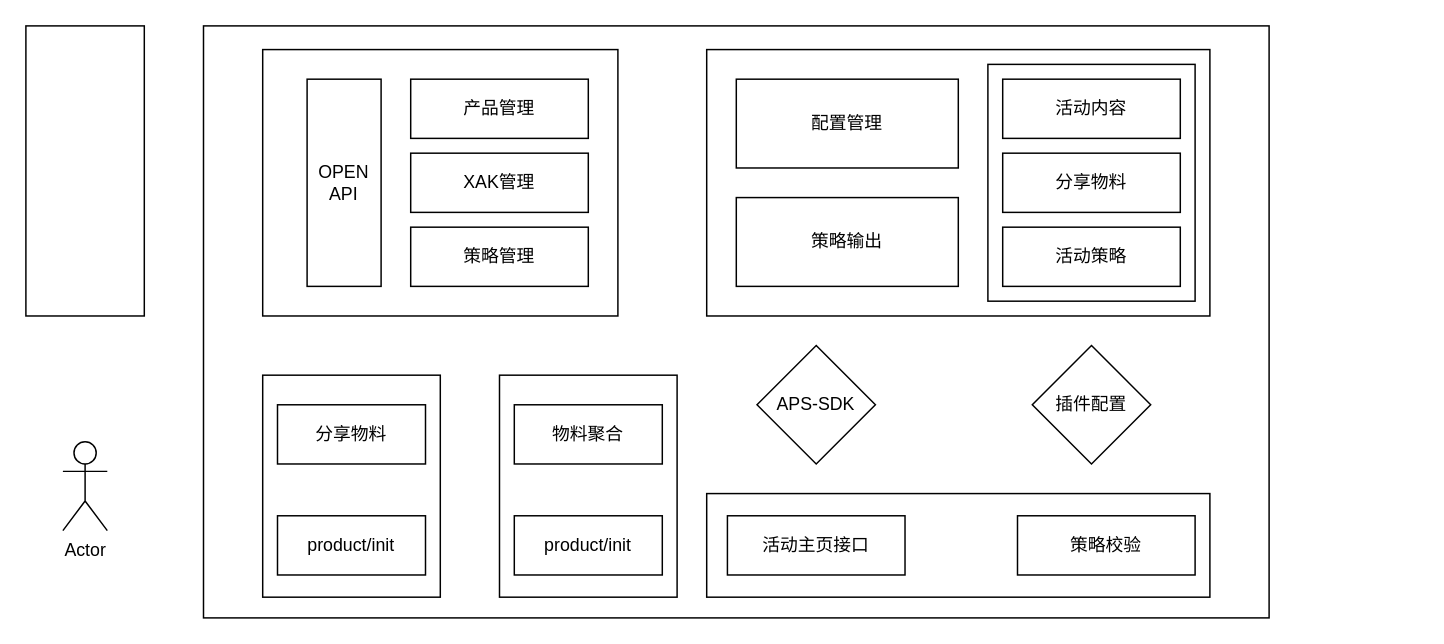
Above: page "客企" (5 of 6) of aps.drawio in songshiyun/drawio (draw.io), before the change. Source tidied: cells renumbered, new cells numbered last; positions are measured from the earlier drawing's top-left corner, leaving out a move shared by most shapes. Both pictures are drawn from the tidied source at 148%, with x=0, y=0 at pixel (25, 25).
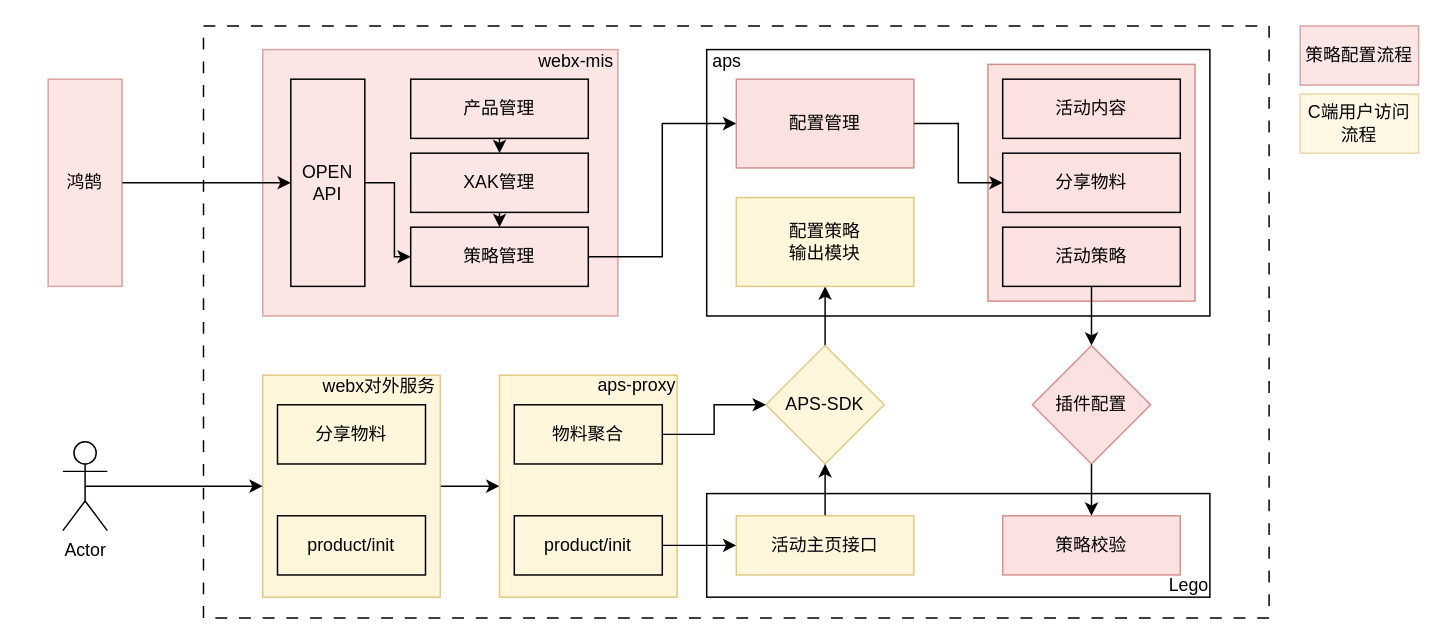
The same page after the edit.

Unchanged cells that the change refers to:
```xml
<mxCell id="12" value="Actor" style="shape=umlActor;verticalLabelPosition=bottom;verticalAlign=top;html=1;outlineConnect=0;fillColor=none;" parent="1" vertex="1">
  <mxGeometry x="25" y="281" width="30" height="60" as="geometry" />
</mxCell>
<mxCell id="13" value="产品管理" style="rounded=0;whiteSpace=wrap;html=1;fillColor=none;" parent="1" vertex="1">
  <mxGeometry x="260" y="36" width="120" height="40" as="geometry" />
</mxCell>
<mxCell id="14" value="XAK管理" style="rounded=0;whiteSpace=wrap;html=1;fillColor=none;" parent="1" vertex="1">
  <mxGeometry x="260" y="86" width="120" height="40" as="geometry" />
</mxCell>
<mxCell id="15" value="策略管理" style="rounded=0;whiteSpace=wrap;html=1;fillColor=none;" parent="1" vertex="1">
  <mxGeometry x="260" y="136" width="120" height="40" as="geometry" />
</mxCell>
<mxCell id="19" value="分享物料" style="rounded=0;whiteSpace=wrap;html=1;fillColor=none;" parent="1" vertex="1">
  <mxGeometry x="660" y="86" width="120" height="40" as="geometry" />
</mxCell>
<mxCell id="20" value="活动策略" style="rounded=0;whiteSpace=wrap;html=1;fillColor=none;" parent="1" vertex="1">
  <mxGeometry x="660" y="136" width="120" height="40" as="geometry" />
</mxCell>
<mxCell id="24" value="物料聚合" style="rounded=0;whiteSpace=wrap;html=1;fillColor=none;" parent="1" vertex="1">
  <mxGeometry x="330" y="256" width="100" height="40" as="geometry" />
</mxCell>
<mxCell id="25" value="product/init" style="rounded=0;whiteSpace=wrap;html=1;fillColor=none;" parent="1" vertex="1">
  <mxGeometry x="330" y="331" width="100" height="40" as="geometry" />
</mxCell>
```

What changed in the source:
```diff
@@
+    <mxCell id="5" style="rounded=0;whiteSpace=wrap;html=1;fillColor=none;" parent="1" vertex="1">
+      <mxGeometry x="460" y="16" width="340" height="180" as="geometry" />
+    </mxCell>
+    <mxCell id="3" style="rounded=0;whiteSpace=wrap;html=1;fillColor=none;dashed=1;dashPattern=8 8;" parent="1" vertex="1">
+      <mxGeometry x="120" width="720" height="400" as="geometry" />
+    </mxCell>
-    <mxCell id="2" style="rounded=0;whiteSpace=wrap;html=1;fillColor=none;" parent="1" vertex="1">
+    <mxCell id="2" style="rounded=0;whiteSpace=wrap;html=1;fillColor=#f8cecc;strokeColor=#b85450;opacity=60;" parent="1" vertex="1">
       <mxGeometry x="650" y="26" width="140" height="160" as="geometry" />
     </mxCell>
-    <mxCell id="3" style="rounded=0;whiteSpace=wrap;html=1;fillColor=none;" parent="1" vertex="1">
-      <mxGeometry x="120" width="720" height="400" as="geometry" />
-    </mxCell>
-    <mxCell id="4" style="rounded=0;whiteSpace=wrap;html=1;fillColor=none;" parent="1" vertex="1">
+    <mxCell id="4" style="rounded=0;whiteSpace=wrap;html=1;fillColor=#f8cecc;strokeColor=#b85450;opacity=50;" parent="1" vertex="1">
       <mxGeometry x="160" y="16" width="240" height="180" as="geometry" />
     </mxCell>
-    <mxCell id="5" style="rounded=0;whiteSpace=wrap;html=1;fillColor=none;" parent="1" vertex="1">
-      <mxGeometry x="460" y="16" width="340" height="180" as="geometry" />
-    </mxCell>
+    <mxCell id="28" style="edgeStyle=orthogonalEdgeStyle;rounded=0;jettySize=auto;html=1;exitX=1;exitY=0.5;exitDx=0;exitDy=0;entryX=0;entryY=0.5;entryDx=0;entryDy=0;" parent="1" edge="1" source="6" target="15">
+      <mxGeometry relative="1" as="geometry" />
+    </mxCell>
     <mxCell id="6" value="OPEN&lt;br&gt;API" style="rounded=0;whiteSpace=wrap;html=1;fillColor=none;" parent="1" vertex="1">
-      <mxGeometry x="190" y="36" width="50" height="140" as="geometry" />
+      <mxGeometry x="179" y="36" width="50" height="140" as="geometry" />
     </mxCell>
+    <mxCell id="29" style="edgeStyle=orthogonalEdgeStyle;rounded=0;jettySize=auto;html=1;exitX=1;exitY=0.5;exitDx=0;exitDy=0;entryX=0;entryY=0.5;entryDx=0;entryDy=0;" parent="1" edge="1" source="7" target="8">
+      <mxGeometry relative="1" as="geometry" />
+    </mxCell>
-    <mxCell id="7" style="rounded=0;whiteSpace=wrap;html=1;fillColor=none;" parent="1" vertex="1">
+    <mxCell id="7" style="rounded=0;whiteSpace=wrap;html=1;fillColor=#fff2cc;strokeColor=#d6b656;opacity=70;" parent="1" vertex="1">
       <mxGeometry x="160" y="236" width="120" height="150" as="geometry" />
     </mxCell>
-    <mxCell id="8" style="rounded=0;whiteSpace=wrap;html=1;fillColor=none;" parent="1" vertex="1">
+    <mxCell id="8" style="rounded=0;whiteSpace=wrap;html=1;fillColor=#fff2cc;strokeColor=#d6b656;opacity=70;" parent="1" vertex="1">
       <mxGeometry x="320" y="236" width="120" height="150" as="geometry" />
     </mxCell>
+    <mxCell id="30" style="edgeStyle=orthogonalEdgeStyle;rounded=0;jettySize=auto;html=1;exitX=0.5;exitY=0;exitDx=0;exitDy=0;entryX=0.5;entryY=1;entryDx=0;entryDy=0;" parent="1" edge="1" source="9" target="16">
+      <mxGeometry relative="1" as="geometry" />
+    </mxCell>
-    <mxCell id="9" value="APS-SDK" style="rhombus;whiteSpace=wrap;html=1;fillColor=none;" parent="1" vertex="1">
-      <mxGeometry x="494" y="216" width="80" height="80" as="geometry" />
+    <mxCell id="9" value="APS-SDK" style="rhombus;whiteSpace=wrap;html=1;fillColor=#fff2cc;strokeColor=#d6b656;opacity=70;" parent="1" vertex="1">
+      <mxGeometry x="500" y="216" width="80" height="80" as="geometry" />
     </mxCell>
@@
-    <mxCell id="11" style="rounded=0;whiteSpace=wrap;html=1;fillColor=none;" parent="1" vertex="1">
-      <mxGeometry width="80" height="196" as="geometry" />
-    </mxCell>
+    <mxCell id="31" style="edgeStyle=orthogonalEdgeStyle;rounded=0;jettySize=auto;html=1;exitX=0.5;exitY=0.5;exitDx=0;exitDy=0;exitPerimeter=0;entryX=0;entryY=0.5;entryDx=0;entryDy=0;" parent="1" edge="1" source="12" target="7">
+      <mxGeometry relative="1" as="geometry" />
+    </mxCell>
@@
+    <mxCell id="32" style="edgeStyle=orthogonalEdgeStyle;rounded=0;jettySize=auto;html=1;exitX=0.5;exitY=1;exitDx=0;exitDy=0;entryX=0.5;entryY=0;entryDx=0;entryDy=0;" parent="1" edge="1" source="13" target="14">
+      <mxGeometry relative="1" as="geometry" />
+    </mxCell>
@@
+    <mxCell id="33" style="edgeStyle=orthogonalEdgeStyle;rounded=0;jettySize=auto;html=1;exitX=0.5;exitY=1;exitDx=0;exitDy=0;entryX=0.5;entryY=0;entryDx=0;entryDy=0;" parent="1" edge="1" source="14" target="15">
+      <mxGeometry relative="1" as="geometry" />
+    </mxCell>
@@
+    <mxCell id="34" style="edgeStyle=orthogonalEdgeStyle;rounded=0;jettySize=auto;html=1;exitX=1;exitY=0.5;exitDx=0;exitDy=0;entryX=0;entryY=0.5;entryDx=0;entryDy=0;" parent="1" edge="1" source="15" target="17">
+      <mxGeometry relative="1" as="geometry" />
+    </mxCell>
@@
-    <mxCell id="16" value="策略输出" style="rounded=0;whiteSpace=wrap;html=1;fillColor=none;" parent="1" vertex="1">
-      <mxGeometry x="480" y="116" width="150" height="60" as="geometry" />
+    <mxCell id="16" value="配置策略&lt;br&gt;输出模块" style="rounded=0;whiteSpace=wrap;html=1;fillColor=#fff2cc;strokeColor=#d6b656;opacity=70;" parent="1" vertex="1">
+      <mxGeometry x="480" y="116" width="120" height="60" as="geometry" />
     </mxCell>
+    <mxCell id="35" style="edgeStyle=orthogonalEdgeStyle;rounded=0;jettySize=auto;html=1;exitX=1;exitY=0.5;exitDx=0;exitDy=0;entryX=0;entryY=0.5;entryDx=0;entryDy=0;" parent="1" edge="1" source="17" target="19">
+      <mxGeometry relative="1" as="geometry" />
+    </mxCell>
-    <mxCell id="17" value="配置管理" style="rounded=0;whiteSpace=wrap;html=1;fillColor=none;" parent="1" vertex="1">
-      <mxGeometry x="480" y="36" width="150" height="60" as="geometry" />
+    <mxCell id="17" value="配置管理" style="rounded=0;whiteSpace=wrap;html=1;fillColor=#f8cecc;strokeColor=#b85450;opacity=60;" parent="1" vertex="1">
+      <mxGeometry x="480" y="36" width="120" height="60" as="geometry" />
     </mxCell>
@@
+    <mxCell id="36" style="edgeStyle=orthogonalEdgeStyle;rounded=0;jettySize=auto;html=1;exitX=0.5;exitY=1;exitDx=0;exitDy=0;entryX=0.5;entryY=0;entryDx=0;entryDy=0;" parent="1" edge="1" source="20" target="21">
+      <mxGeometry relative="1" as="geometry" />
+    </mxCell>
@@
+    <mxCell id="37" style="edgeStyle=orthogonalEdgeStyle;rounded=0;jettySize=auto;html=1;exitX=0.5;exitY=1;exitDx=0;exitDy=0;entryX=0.5;entryY=0;entryDx=0;entryDy=0;" parent="1" edge="1" source="21" target="22">
+      <mxGeometry relative="1" as="geometry" />
+    </mxCell>
-    <mxCell id="21" value="插件配置" style="rhombus;whiteSpace=wrap;html=1;fillColor=none;" parent="1" vertex="1">
+    <mxCell id="21" value="插件配置" style="rhombus;whiteSpace=wrap;html=1;fillColor=#f8cecc;strokeColor=#b85450;opacity=60;" parent="1" vertex="1">
       <mxGeometry x="680" y="216" width="80" height="80" as="geometry" />
     </mxCell>
-    <mxCell id="22" value="策略校验" style="rounded=0;whiteSpace=wrap;html=1;fillColor=none;" parent="1" vertex="1">
-      <mxGeometry x="670" y="331" width="120" height="40" as="geometry" />
+    <mxCell id="22" value="策略校验" style="rounded=0;whiteSpace=wrap;html=1;fillColor=#f8cecc;strokeColor=#b85450;opacity=60;" parent="1" vertex="1">
+      <mxGeometry x="660" y="331" width="120" height="40" as="geometry" />
     </mxCell>
+    <mxCell id="38" style="edgeStyle=orthogonalEdgeStyle;rounded=0;jettySize=auto;html=1;exitX=0.5;exitY=0;exitDx=0;exitDy=0;entryX=0.5;entryY=1;entryDx=0;entryDy=0;" parent="1" edge="1" source="23" target="9">
+      <mxGeometry relative="1" as="geometry" />
+    </mxCell>
-    <mxCell id="23" value="活动主页接口" style="rounded=0;whiteSpace=wrap;html=1;fillColor=none;" parent="1" vertex="1">
-      <mxGeometry x="474" y="331" width="120" height="40" as="geometry" />
+    <mxCell id="23" value="活动主页接口" style="rounded=0;whiteSpace=wrap;html=1;fillColor=#fff2cc;strokeColor=#d6b656;opacity=70;" parent="1" vertex="1">
+      <mxGeometry x="480" y="331" width="120" height="40" as="geometry" />
     </mxCell>
+    <mxCell id="39" style="edgeStyle=orthogonalEdgeStyle;rounded=0;jettySize=auto;html=1;exitX=1;exitY=0.5;exitDx=0;exitDy=0;entryX=0;entryY=0.5;entryDx=0;entryDy=0;" parent="1" edge="1" source="24" target="9">
+      <mxGeometry relative="1" as="geometry" />
+    </mxCell>
@@
+    <mxCell id="40" style="edgeStyle=orthogonalEdgeStyle;rounded=0;jettySize=auto;html=1;exitX=1;exitY=0.5;exitDx=0;exitDy=0;entryX=0;entryY=0.5;entryDx=0;entryDy=0;" parent="1" edge="1" source="25" target="23">
+      <mxGeometry relative="1" as="geometry" />
+    </mxCell>
@@
+    <mxCell id="41" style="edgeStyle=orthogonalEdgeStyle;rounded=0;jettySize=auto;html=1;exitX=1;exitY=0.5;exitDx=0;exitDy=0;entryX=0;entryY=0.5;entryDx=0;entryDy=0;" parent="1" edge="1" source="42" target="6">
+      <mxGeometry relative="1" as="geometry" />
+    </mxCell>
+    <mxCell id="42" value="鸿鹄" style="rounded=0;whiteSpace=wrap;html=1;fillColor=#f8cecc;strokeColor=#b85450;opacity=50;" parent="1" vertex="1">
+      <mxGeometry x="15" y="36" width="50" height="140" as="geometry" />
+    </mxCell>
+    <mxCell id="43" value="webx-mis" style="text;html=1;strokeColor=none;fillColor=none;align=center;verticalAlign=middle;whiteSpace=wrap;rounded=0;" parent="1" vertex="1">
+      <mxGeometry x="342" y="9" width="60" height="30" as="geometry" />
+    </mxCell>
+    <mxCell id="44" value="aps" style="text;html=1;strokeColor=none;fillColor=none;align=center;verticalAlign=middle;whiteSpace=wrap;rounded=0;" parent="1" vertex="1">
+      <mxGeometry x="444" y="9" width="60" height="30" as="geometry" />
+    </mxCell>
+    <mxCell id="45" value="aps-proxy" style="text;html=1;strokeColor=none;fillColor=none;align=center;verticalAlign=middle;whiteSpace=wrap;rounded=0;" parent="1" vertex="1">
+      <mxGeometry x="383" y="228" width="60" height="30" as="geometry" />
+    </mxCell>
+    <mxCell id="46" value="webx对外服务" style="text;html=1;strokeColor=none;fillColor=none;align=center;verticalAlign=middle;whiteSpace=wrap;rounded=0;" parent="1" vertex="1">
+      <mxGeometry x="199" y="229" width="80" height="30" as="geometry" />
+    </mxCell>
+    <mxCell id="47" value="Lego" style="text;html=1;strokeColor=none;fillColor=none;align=center;verticalAlign=middle;whiteSpace=wrap;rounded=0;" parent="1" vertex="1">
+      <mxGeometry x="746" y="363" width="80" height="30" as="geometry" />
+    </mxCell>
+    <mxCell id="48" value="策略配置流程" style="rounded=0;whiteSpace=wrap;html=1;fillColor=#f8cecc;strokeColor=#b85450;opacity=50;" parent="1" vertex="1">
+      <mxGeometry x="861" width="80" height="40" as="geometry" />
+    </mxCell>
+    <mxCell id="49" value="C端用户访问流程" style="rounded=0;whiteSpace=wrap;html=1;fillColor=#fff2cc;strokeColor=#d6b656;opacity=50;" parent="1" vertex="1">
+      <mxGeometry x="861" y="46" width="80" height="40" as="geometry" />
+    </mxCell>
```
